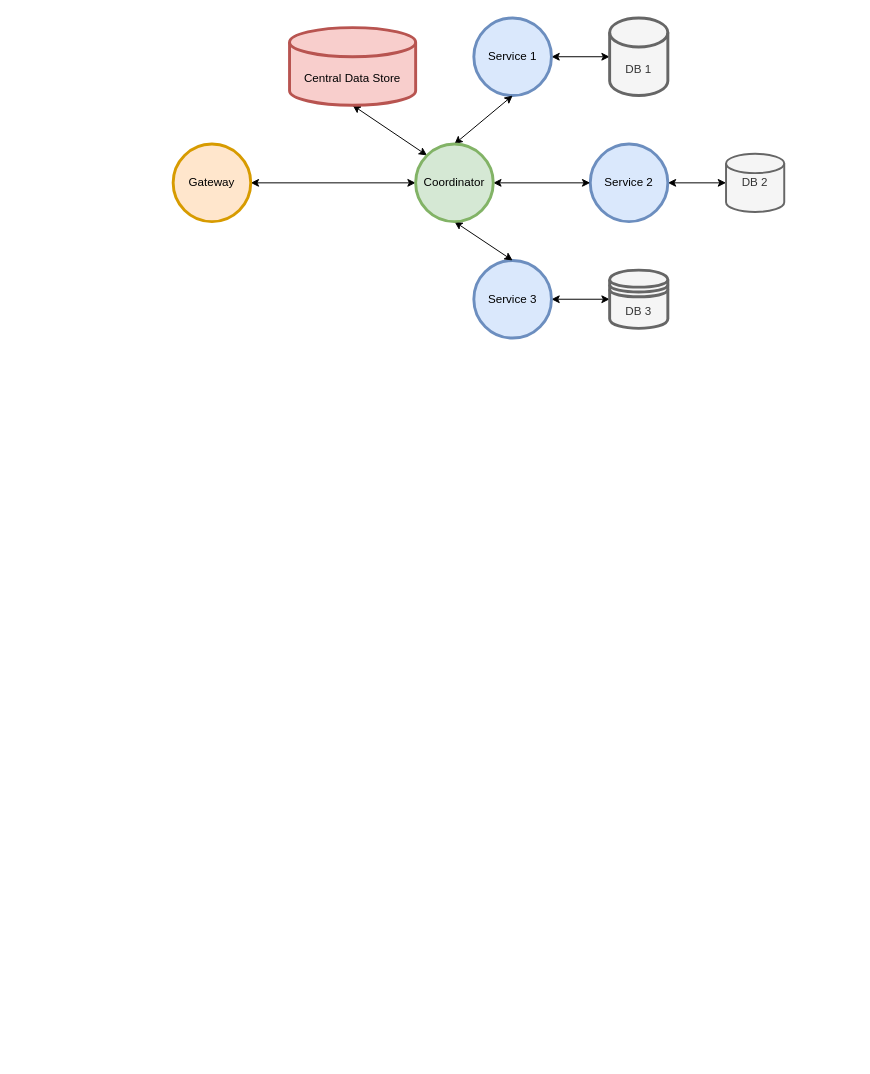
This is page "architecture" (1 of 15) of img/diagram.drawio from ccchrunik/hierasaga, a draw.io file, before an edit. Source tidied: cells renumbered, new cells numbered last; positions are measured from the earlier drawing's top-left corner, leaving out a move shared by most shapes. Both pictures are drawn from the tidied source at 97%, with x=0, y=0 at pixel (173, 17).
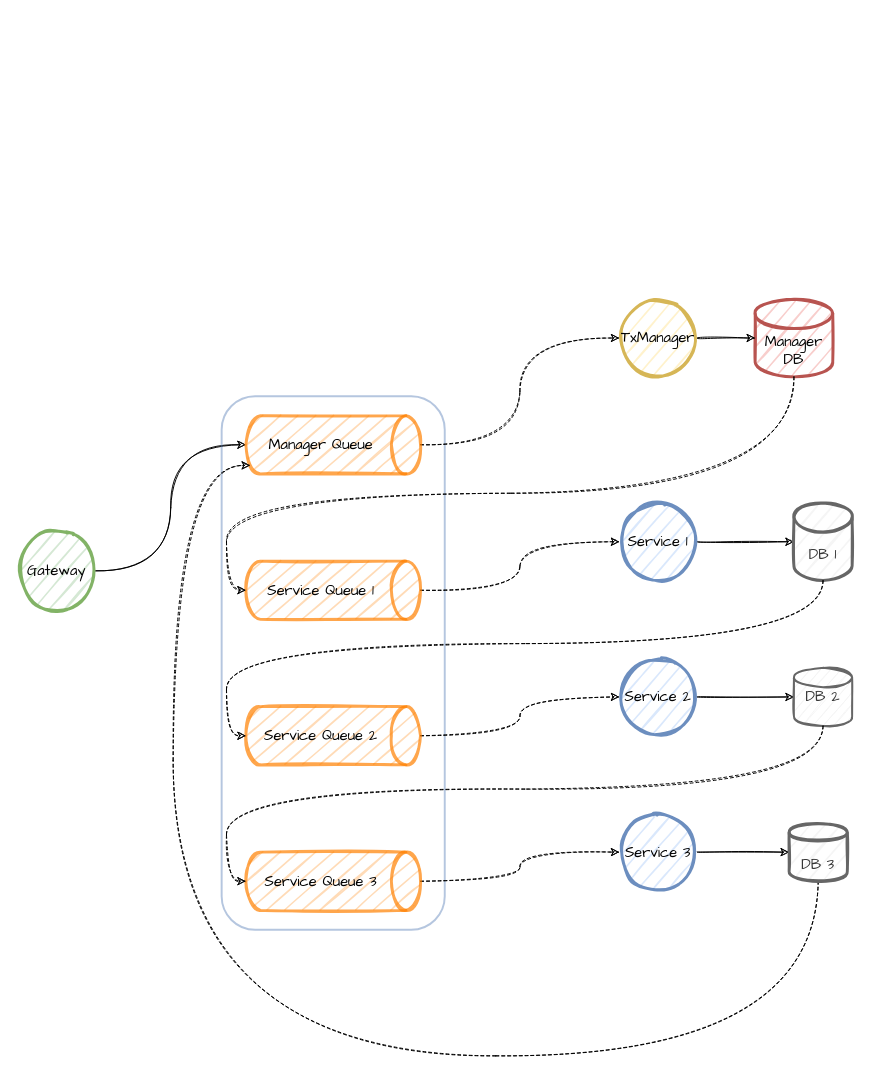
Above is the later version.

What changed in the source:
```diff
@@
-    <mxCell id="2" style="edgeStyle=none;rounded=0;jettySize=auto;html=1;exitX=1;exitY=0.5;exitDx=0;exitDy=0;entryX=0;entryY=0.5;entryDx=0;entryDy=0;startArrow=classic;startFill=1;" parent="1" edge="1" source="3" target="14">
-      <mxGeometry relative="1" as="geometry" />
-    </mxCell>
+    <mxCell id="19" style="edgeStyle=orthogonalEdgeStyle;curved=1;rounded=0;sketch=1;jettySize=auto;html=1;exitX=1;exitY=0.5;exitDx=0;exitDy=0;entryX=0.5;entryY=1;entryDx=0;entryDy=0;entryPerimeter=0;fontFamily=Comic Sans MS;fontSize=15;" parent="1" edge="1" source="3" target="23">
+      <mxGeometry relative="1" as="geometry" />
+    </mxCell>
-    <mxCell id="3" value="Gateway" style="ellipse;whiteSpace=wrap;html=1;strokeWidth=3;fillColor=#ffe6cc;strokeColor=#d79b00;" parent="1" vertex="1">
-      <mxGeometry y="130" width="80" height="80" as="geometry" />
+    <mxCell id="3" value="&lt;font face=&quot;Comic Sans MS&quot; style=&quot;font-size: 15px&quot;&gt;Gateway&lt;/font&gt;" style="ellipse;whiteSpace=wrap;html=1;strokeWidth=3;fillColor=#d5e8d4;strokeColor=#82b366;sketch=1;" parent="1" vertex="1">
+      <mxGeometry x="-160" y="530" width="80" height="80" as="geometry" />
     </mxCell>
-    <mxCell id="4" style="edgeStyle=none;rounded=0;jettySize=auto;html=1;exitX=1;exitY=0.5;exitDx=0;exitDy=0;entryX=0;entryY=0.5;entryDx=0;entryDy=0;entryPerimeter=0;startArrow=classic;startFill=1;" parent="1" edge="1" source="5" target="15">
-      <mxGeometry relative="1" as="geometry" />
-    </mxCell>
-    <mxCell id="5" value="Service 1" style="ellipse;whiteSpace=wrap;html=1;strokeWidth=3;fillColor=#dae8fc;strokeColor=#6c8ebf;" parent="1" vertex="1">
-      <mxGeometry x="310" width="80" height="80" as="geometry" />
-    </mxCell>
+    <mxCell id="20" style="edgeStyle=orthogonalEdgeStyle;curved=1;rounded=0;jettySize=auto;html=1;exitX=1;exitY=0.5;exitDx=0;exitDy=0;entryX=0;entryY=0.5;entryDx=0;entryDy=0;entryPerimeter=0;fontSize=15;sketch=1;" parent="1" edge="1" source="9" target="15">
+      <mxGeometry relative="1" as="geometry" />
+    </mxCell>
+    <mxCell id="9" value="&lt;font face=&quot;Comic Sans MS&quot; style=&quot;font-size: 15px&quot;&gt;Service 1&lt;/font&gt;" style="ellipse;whiteSpace=wrap;html=1;strokeWidth=3;fillColor=#dae8fc;strokeColor=#6c8ebf;sketch=1;" parent="1" vertex="1">
+      <mxGeometry x="460" y="500" width="80" height="80" as="geometry" />
+    </mxCell>
+    <mxCell id="15" value="&lt;font face=&quot;Comic Sans MS&quot; style=&quot;font-size: 15px&quot;&gt;DB 1&lt;/font&gt;" style="shape=cylinder3;whiteSpace=wrap;html=1;boundedLbl=1;backgroundOutline=1;size=15;strokeWidth=3;fillColor=#f5f5f5;strokeColor=#666666;fontColor=#333333;sketch=1;" parent="1" vertex="1">
+      <mxGeometry x="640" y="500" width="60" height="80" as="geometry" />
+    </mxCell>
+    <mxCell id="18" value="&lt;font face=&quot;Comic Sans MS&quot; style=&quot;font-size: 15px&quot;&gt;Manager&lt;br&gt;DB&lt;/font&gt;" style="shape=cylinder3;whiteSpace=wrap;html=1;boundedLbl=1;backgroundOutline=1;size=15;strokeWidth=3;fillColor=#f8cecc;strokeColor=#b85450;sketch=1;" parent="1" vertex="1">
+      <mxGeometry x="600" y="290" width="80" height="80" as="geometry" />
+    </mxCell>
+    <mxCell id="21" style="rounded=1;whiteSpace=wrap;html=1;fillColor=none;strokeColor=#6c8ebf;sketch=0;opacity=50;strokeWidth=2;" parent="1" vertex="1">
+      <mxGeometry x="50" y="390" width="230" height="550" as="geometry" />
+    </mxCell>
+    <mxCell id="22" style="edgeStyle=orthogonalEdgeStyle;curved=1;rounded=0;sketch=1;jettySize=auto;html=1;exitX=0.5;exitY=0;exitDx=0;exitDy=0;exitPerimeter=0;entryX=0;entryY=0.5;entryDx=0;entryDy=0;fontFamily=Comic Sans MS;fontSize=15;dashed=1;" parent="1" edge="1" source="23" target="31">
+      <mxGeometry relative="1" as="geometry" />
+    </mxCell>
+    <mxCell id="23" value="&lt;font face=&quot;Comic Sans MS&quot;&gt;Manager Queue&lt;/font&gt;" style="shape=cylinder3;whiteSpace=wrap;html=1;boundedLbl=1;backgroundOutline=1;size=15;fillColor=#FFCC99;opacity=70;direction=north;sketch=1;strokeColor=#FF8000;fontSize=15;strokeWidth=3;flipH=1;" parent="1" vertex="1">
+      <mxGeometry x="75" y="410" width="180" height="60" as="geometry" />
+    </mxCell>
+    <mxCell id="24" style="edgeStyle=orthogonalEdgeStyle;curved=1;rounded=0;sketch=1;jettySize=auto;html=1;exitX=0.5;exitY=0;exitDx=0;exitDy=0;exitPerimeter=0;entryX=0;entryY=0.5;entryDx=0;entryDy=0;fontFamily=Comic Sans MS;fontSize=15;dashed=1;" parent="1" edge="1" source="25" target="9">
+      <mxGeometry relative="1" as="geometry" />
+    </mxCell>
+    <mxCell id="25" value="&lt;font face=&quot;Comic Sans MS&quot;&gt;Service Queue 1&lt;/font&gt;" style="shape=cylinder3;whiteSpace=wrap;html=1;boundedLbl=1;backgroundOutline=1;size=15;fillColor=#FFCC99;opacity=70;direction=north;sketch=1;strokeColor=#FF8000;fontSize=15;strokeWidth=3;flipH=1;" parent="1" vertex="1">
+      <mxGeometry x="75" y="560" width="180" height="60" as="geometry" />
+    </mxCell>
+    <mxCell id="26" style="edgeStyle=orthogonalEdgeStyle;curved=1;rounded=0;sketch=1;jettySize=auto;html=1;exitX=0.5;exitY=0;exitDx=0;exitDy=0;exitPerimeter=0;fontFamily=Comic Sans MS;fontSize=15;dashed=1;" parent="1" edge="1" source="27" target="7">
+      <mxGeometry relative="1" as="geometry" />
+    </mxCell>
+    <mxCell id="27" value="&lt;font face=&quot;Comic Sans MS&quot;&gt;Service Queue 2&lt;/font&gt;" style="shape=cylinder3;whiteSpace=wrap;html=1;boundedLbl=1;backgroundOutline=1;size=15;fillColor=#FFCC99;opacity=70;direction=north;sketch=1;strokeColor=#FF8000;fontSize=15;strokeWidth=3;flipH=1;" parent="1" vertex="1">
+      <mxGeometry x="75" y="710" width="180" height="60" as="geometry" />
+    </mxCell>
+    <mxCell id="28" style="edgeStyle=orthogonalEdgeStyle;curved=1;rounded=0;sketch=1;jettySize=auto;html=1;exitX=0.5;exitY=0;exitDx=0;exitDy=0;exitPerimeter=0;entryX=0;entryY=0.5;entryDx=0;entryDy=0;fontFamily=Comic Sans MS;fontSize=15;dashed=1;" parent="1" edge="1" source="29" target="33">
+      <mxGeometry relative="1" as="geometry" />
+    </mxCell>
+    <mxCell id="29" value="&lt;font face=&quot;Comic Sans MS&quot;&gt;Service Queue 3&lt;/font&gt;" style="shape=cylinder3;whiteSpace=wrap;html=1;boundedLbl=1;backgroundOutline=1;size=15;fillColor=#FFCC99;opacity=70;direction=north;sketch=1;strokeColor=#FF8000;fontSize=15;strokeWidth=3;flipH=1;" parent="1" vertex="1">
+      <mxGeometry x="75" y="860" width="180" height="60" as="geometry" />
+    </mxCell>
+    <mxCell id="30" style="edgeStyle=orthogonalEdgeStyle;curved=1;rounded=0;jettySize=auto;html=1;exitX=1;exitY=0.5;exitDx=0;exitDy=0;entryX=0;entryY=0.5;entryDx=0;entryDy=0;entryPerimeter=0;fontSize=15;sketch=1;" parent="1" edge="1" source="31" target="18">
+      <mxGeometry relative="1" as="geometry" />
+    </mxCell>
+    <mxCell id="31" value="&lt;font face=&quot;Comic Sans MS&quot; style=&quot;font-size: 15px&quot;&gt;TxManager&lt;/font&gt;" style="ellipse;whiteSpace=wrap;html=1;strokeWidth=3;fillColor=#fff2cc;strokeColor=#d6b656;sketch=1;" parent="1" vertex="1">
+      <mxGeometry x="460" y="290" width="80" height="80" as="geometry" />
+    </mxCell>
-    <mxCell id="6" style="edgeStyle=none;rounded=0;jettySize=auto;html=1;exitX=1;exitY=0.5;exitDx=0;exitDy=0;entryX=0;entryY=0.5;entryDx=0;entryDy=0;entryPerimeter=0;startArrow=classic;startFill=1;" parent="1" edge="1" source="7" target="16">
+    <mxCell id="6" style="edgeStyle=orthogonalEdgeStyle;curved=1;rounded=0;jettySize=auto;html=1;exitX=1;exitY=0.5;exitDx=0;exitDy=0;entryX=0;entryY=0.5;entryDx=0;entryDy=0;entryPerimeter=0;fontSize=15;sketch=1;" parent="1" edge="1" source="7" target="16">
       <mxGeometry relative="1" as="geometry" />
     </mxCell>
-    <mxCell id="7" value="Service 2" style="ellipse;whiteSpace=wrap;html=1;strokeWidth=3;fillColor=#dae8fc;strokeColor=#6c8ebf;" parent="1" vertex="1">
-      <mxGeometry x="430" y="130" width="80" height="80" as="geometry" />
+    <mxCell id="7" value="&lt;font face=&quot;Comic Sans MS&quot; style=&quot;font-size: 15px&quot;&gt;Service 2&lt;/font&gt;" style="ellipse;whiteSpace=wrap;html=1;strokeWidth=3;fillColor=#dae8fc;strokeColor=#6c8ebf;sketch=1;" parent="1" vertex="1">
+      <mxGeometry x="460" y="660" width="80" height="80" as="geometry" />
     </mxCell>
-    <mxCell id="8" style="edgeStyle=none;rounded=0;jettySize=auto;html=1;exitX=1;exitY=0.5;exitDx=0;exitDy=0;entryX=0;entryY=0.5;entryDx=0;entryDy=0;startArrow=classic;startFill=1;" parent="1" edge="1" source="9" target="17">
-      <mxGeometry relative="1" as="geometry" />
-    </mxCell>
-    <mxCell id="9" value="Service 3" style="ellipse;whiteSpace=wrap;html=1;strokeWidth=3;fillColor=#dae8fc;strokeColor=#6c8ebf;" parent="1" vertex="1">
-      <mxGeometry x="310" y="250" width="80" height="80" as="geometry" />
-    </mxCell>
-    <mxCell id="10" style="rounded=0;jettySize=auto;html=1;exitX=0.5;exitY=0;exitDx=0;exitDy=0;entryX=0.5;entryY=1;entryDx=0;entryDy=0;startArrow=classic;startFill=1;" parent="1" edge="1" source="14" target="5">
-      <mxGeometry relative="1" as="geometry" />
-    </mxCell>
-    <mxCell id="11" style="edgeStyle=none;rounded=0;jettySize=auto;html=1;exitX=1;exitY=0.5;exitDx=0;exitDy=0;entryX=0;entryY=0.5;entryDx=0;entryDy=0;startArrow=classic;startFill=1;" parent="1" edge="1" source="14" target="7">
-      <mxGeometry relative="1" as="geometry" />
-    </mxCell>
-    <mxCell id="12" style="edgeStyle=none;rounded=0;jettySize=auto;html=1;exitX=0.5;exitY=1;exitDx=0;exitDy=0;entryX=0.5;entryY=0;entryDx=0;entryDy=0;startArrow=classic;startFill=1;" parent="1" edge="1" source="14" target="9">
-      <mxGeometry relative="1" as="geometry" />
-    </mxCell>
-    <mxCell id="13" style="edgeStyle=none;rounded=0;jettySize=auto;html=1;exitX=0;exitY=0;exitDx=0;exitDy=0;entryX=0.5;entryY=1;entryDx=0;entryDy=0;entryPerimeter=0;startArrow=classic;startFill=1;" parent="1" edge="1" source="14" target="18">
-      <mxGeometry relative="1" as="geometry" />
-    </mxCell>
-    <mxCell id="14" value="Coordinator" style="ellipse;whiteSpace=wrap;html=1;strokeWidth=3;fillColor=#d5e8d4;strokeColor=#82b366;" parent="1" vertex="1">
-      <mxGeometry x="250" y="130" width="80" height="80" as="geometry" />
-    </mxCell>
-    <mxCell id="15" value="DB 1" style="shape=cylinder3;whiteSpace=wrap;html=1;boundedLbl=1;backgroundOutline=1;size=15;strokeWidth=3;fillColor=#f5f5f5;strokeColor=#666666;fontColor=#333333;" parent="1" vertex="1">
-      <mxGeometry x="450" width="60" height="80" as="geometry" />
-    </mxCell>
-    <mxCell id="16" value="DB 2" style="strokeWidth=2;html=1;shape=mxgraph.flowchart.database;whiteSpace=wrap;fillColor=#f5f5f5;strokeColor=#666666;fontColor=#333333;" parent="1" vertex="1">
-      <mxGeometry x="570" y="140" width="60" height="60" as="geometry" />
+    <mxCell id="16" value="&lt;font face=&quot;Comic Sans MS&quot; style=&quot;font-size: 15px&quot;&gt;DB 2&lt;/font&gt;" style="strokeWidth=2;html=1;shape=mxgraph.flowchart.database;whiteSpace=wrap;fillColor=#f5f5f5;strokeColor=#666666;fontColor=#333333;sketch=1;" parent="1" vertex="1">
+      <mxGeometry x="640" y="670" width="60" height="60" as="geometry" />
     </mxCell>
+    <mxCell id="32" style="edgeStyle=orthogonalEdgeStyle;curved=1;rounded=0;jettySize=auto;html=1;exitX=1;exitY=0.5;exitDx=0;exitDy=0;entryX=0;entryY=0.5;entryDx=0;entryDy=0;fontSize=15;sketch=1;" parent="1" edge="1" source="33" target="17">
+      <mxGeometry relative="1" as="geometry" />
+    </mxCell>
+    <mxCell id="33" value="&lt;font face=&quot;Comic Sans MS&quot; style=&quot;font-size: 15px&quot;&gt;Service 3&lt;/font&gt;" style="ellipse;whiteSpace=wrap;html=1;strokeWidth=3;fillColor=#dae8fc;strokeColor=#6c8ebf;sketch=1;" parent="1" vertex="1">
+      <mxGeometry x="460" y="820" width="80" height="80" as="geometry" />
+    </mxCell>
+    <mxCell id="34" style="edgeStyle=orthogonalEdgeStyle;curved=1;rounded=0;sketch=1;jettySize=auto;html=1;exitX=0.5;exitY=1;exitDx=0;exitDy=0;entryX=0.145;entryY=1;entryDx=0;entryDy=-4.35;entryPerimeter=0;fontFamily=Comic Sans MS;fontSize=15;dashed=1;" parent="1" edge="1" source="17" target="23">
+      <mxGeometry relative="1" as="geometry">
+        <Array as="points">
+          <mxPoint x="665" y="1070" />
+          <mxPoint y="1070" />
+          <mxPoint y="461" />
+        </Array>
+      </mxGeometry>
+    </mxCell>
-    <mxCell id="17" value="DB 3" style="shape=datastore;whiteSpace=wrap;html=1;strokeWidth=3;fillColor=#f5f5f5;strokeColor=#666666;fontColor=#333333;" parent="1" vertex="1">
-      <mxGeometry x="450" y="260" width="60" height="60" as="geometry" />
+    <mxCell id="17" value="&lt;font face=&quot;Comic Sans MS&quot; style=&quot;font-size: 15px&quot;&gt;DB 3&lt;/font&gt;" style="shape=datastore;whiteSpace=wrap;html=1;strokeWidth=3;fillColor=#f5f5f5;strokeColor=#666666;fontColor=#333333;sketch=1;" parent="1" vertex="1">
+      <mxGeometry x="635" y="830" width="60" height="60" as="geometry" />
     </mxCell>
-    <mxCell id="18" value="Central Data Store" style="shape=cylinder3;whiteSpace=wrap;html=1;boundedLbl=1;backgroundOutline=1;size=15;strokeWidth=3;fillColor=#f8cecc;strokeColor=#b85450;" parent="1" vertex="1">
-      <mxGeometry x="120" y="10" width="130" height="80" as="geometry" />
-    </mxCell>
+    <mxCell id="35" style="edgeStyle=orthogonalEdgeStyle;curved=1;rounded=0;sketch=1;jettySize=auto;html=1;exitX=0.5;exitY=1;exitDx=0;exitDy=0;exitPerimeter=0;entryX=0.5;entryY=1;entryDx=0;entryDy=0;entryPerimeter=0;fontFamily=Comic Sans MS;fontSize=15;dashed=1;" parent="1" edge="1" source="18" target="25">
+      <mxGeometry relative="1" as="geometry">
+        <Array as="points">
+          <mxPoint x="640" y="490" />
+          <mxPoint x="55" y="490" />
+          <mxPoint x="55" y="590" />
+        </Array>
+      </mxGeometry>
+    </mxCell>
+    <mxCell id="36" style="edgeStyle=orthogonalEdgeStyle;curved=1;rounded=0;sketch=1;jettySize=auto;html=1;exitX=0.5;exitY=1;exitDx=0;exitDy=0;exitPerimeter=0;entryX=0.5;entryY=1;entryDx=0;entryDy=0;entryPerimeter=0;fontFamily=Comic Sans MS;fontSize=15;dashed=1;" parent="1" edge="1" source="15" target="27">
+      <mxGeometry relative="1" as="geometry" />
+    </mxCell>
+    <mxCell id="37" style="edgeStyle=orthogonalEdgeStyle;curved=1;rounded=0;sketch=1;jettySize=auto;html=1;exitX=0.5;exitY=1;exitDx=0;exitDy=0;exitPerimeter=0;entryX=0.5;entryY=1;entryDx=0;entryDy=0;entryPerimeter=0;fontFamily=Comic Sans MS;fontSize=15;dashed=1;" parent="1" edge="1" source="16" target="29">
+      <mxGeometry relative="1" as="geometry" />
+    </mxCell>
```
